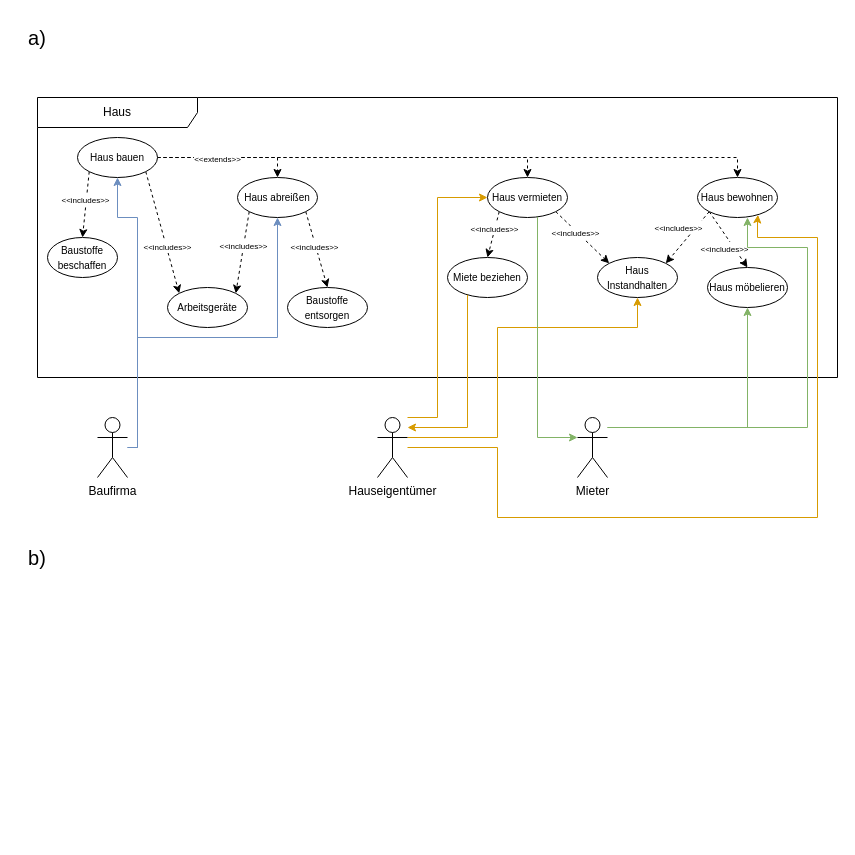
This is 06-09 Anwendungsfalldiagramm und Aktivitätsdiagramm/Aufgabe08/Aufgabe08.drawio from R4Tobi/modellierung, a draw.io file, before an edit. Source tidied: cells renumbered, new cells numbered last; positions are measured from the earlier drawing's top-left corner, leaving out a move shared by most shapes. Both pictures are drawn from the tidied source at 100%, with x=0, y=0 at pixel (17, 17).
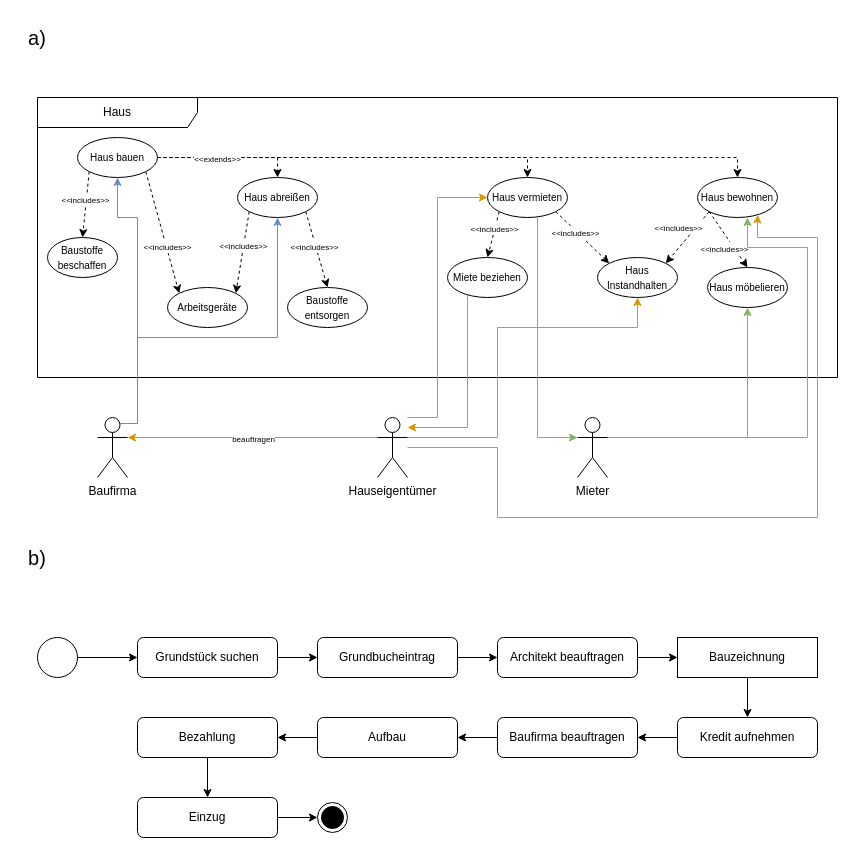
The same diagram, later.

The change refers to these unchanged cells:
```xml
<mxCell id="11" value="&lt;font style=&quot;font-size: 10px;&quot;&gt;Haus bauen&lt;/font&gt;" style="ellipse;whiteSpace=wrap;html=1;" parent="2" vertex="1">
  <mxGeometry x="40" y="40" width="80" height="40" as="geometry" />
</mxCell>
<mxCell id="26" value="&lt;font style=&quot;font-size: 10px;&quot;&gt;Haus abreißen&lt;/font&gt;" style="ellipse;whiteSpace=wrap;html=1;" parent="2" vertex="1">
  <mxGeometry x="200" y="80" width="80" height="40" as="geometry" />
</mxCell>
<mxCell id="32" value="&lt;span style=&quot;font-size: 10px;&quot;&gt;Haus möbelieren&lt;/span&gt;" style="ellipse;whiteSpace=wrap;html=1;" parent="2" vertex="1">
  <mxGeometry x="670" y="170" width="80" height="40" as="geometry" />
</mxCell>
<mxCell id="35" value="Baufirma" style="shape=umlActor;verticalLabelPosition=bottom;verticalAlign=top;html=1;outlineConnect=0;" parent="1" vertex="1">
  <mxGeometry x="80" y="400" width="30" height="60" as="geometry" />
</mxCell>
<mxCell id="38" value="Hauseigentümer" style="shape=umlActor;verticalLabelPosition=bottom;verticalAlign=top;html=1;outlineConnect=0;" parent="1" vertex="1">
  <mxGeometry x="360" y="400" width="30" height="60" as="geometry" />
</mxCell>
<mxCell id="41" value="Mieter" style="shape=umlActor;verticalLabelPosition=bottom;verticalAlign=top;html=1;outlineConnect=0;" parent="1" vertex="1">
  <mxGeometry x="560" y="400" width="30" height="60" as="geometry" />
</mxCell>
```

Diff of the diagram source:
```diff
@@
-    <mxCell id="33" style="edgeStyle=orthogonalEdgeStyle;rounded=0;jettySize=auto;html=1;entryX=0.5;entryY=1;entryDx=0;entryDy=0;fillColor=#dae8fc;strokeColor=#6c8ebf;" parent="1" edge="1" source="35" target="11">
+    <mxCell id="33" style="edgeStyle=orthogonalEdgeStyle;rounded=0;jettySize=auto;html=1;entryX=0.5;entryY=1;entryDx=0;entryDy=0;fillColor=#dae8fc;strokeColor=#6c8ebf;exitX=0.75;exitY=0.1;exitDx=0;exitDy=0;exitPerimeter=0;" parent="1" edge="1" source="35" target="11">
       <mxGeometry relative="1" as="geometry">
         <Array as="points">
-          <mxPoint x="120" y="430" />
+          <mxPoint x="120" y="406" />
           <mxPoint x="120" y="200" />
           <mxPoint x="100" y="200" />
         </Array>
       </mxGeometry>
     </mxCell>
-    <mxCell id="34" style="edgeStyle=orthogonalEdgeStyle;rounded=0;jettySize=auto;html=1;entryX=0.5;entryY=1;entryDx=0;entryDy=0;fillColor=#dae8fc;strokeColor=#6c8ebf;" parent="1" edge="1" source="35" target="26">
+    <mxCell id="34" style="edgeStyle=orthogonalEdgeStyle;rounded=0;jettySize=auto;html=1;entryX=0.5;entryY=1;entryDx=0;entryDy=0;fillColor=#dae8fc;strokeColor=#6c8ebf;exitX=0.75;exitY=0.1;exitDx=0;exitDy=0;exitPerimeter=0;" parent="1" edge="1" source="35" target="26">
       <mxGeometry relative="1" as="geometry">
         <Array as="points">
-          <mxPoint x="120" y="430" />
+          <mxPoint x="120" y="406" />
           <mxPoint x="120" y="320" />
           <mxPoint x="260" y="320" />
         </Array>
       </mxGeometry>
     </mxCell>
@@
+    <mxCell id="47" style="edgeStyle=orthogonalEdgeStyle;rounded=0;jettySize=auto;html=1;exitX=0;exitY=0.3333333333333333;exitDx=0;exitDy=0;exitPerimeter=0;entryX=1;entryY=0.3333333333333333;entryDx=0;entryDy=0;entryPerimeter=0;fillColor=#ffe6cc;strokeColor=#d79b00;" parent="1" edge="1" source="38" target="35">
+      <mxGeometry relative="1" as="geometry" />
+    </mxCell>
+    <mxCell id="48" value="&lt;font style=&quot;font-size: 8px;&quot;&gt;beauftragen&lt;/font&gt;" style="edgeLabel;html=1;align=center;verticalAlign=middle;" parent="47" vertex="1">
+      <mxGeometry relative="1" as="geometry" />
+    </mxCell>
@@
     <mxCell id="39" style="edgeStyle=orthogonalEdgeStyle;rounded=0;orthogonalLoop=1;jettySize=auto;html=1;fillColor=#d5e8d4;strokeColor=#82b366;" parent="1" edge="1">
       <mxGeometry relative="1" as="geometry">
-        <mxPoint x="590" y="410" as="sourcePoint" />
+        <mxPoint x="590" y="420" as="sourcePoint" />
         <mxPoint x="730" y="200" as="targetPoint" />
         <Array as="points">
-          <mxPoint x="790" y="410" />
+          <mxPoint x="590" y="420" />
+          <mxPoint x="790" y="420" />
           <mxPoint x="790" y="230" />
           <mxPoint x="730" y="230" />
-          <mxPoint x="730" y="200" />
         </Array>
       </mxGeometry>
     </mxCell>
-    <mxCell id="40" style="edgeStyle=orthogonalEdgeStyle;rounded=0;jettySize=auto;html=1;entryX=0.5;entryY=1;entryDx=0;entryDy=0;fillColor=#d5e8d4;strokeColor=#82b366;" parent="1" edge="1" source="41" target="32">
+    <mxCell id="40" style="edgeStyle=orthogonalEdgeStyle;rounded=0;jettySize=auto;html=1;entryX=0.5;entryY=1;entryDx=0;entryDy=0;fillColor=#d5e8d4;strokeColor=#82b366;" parent="1" edge="1" target="32">
       <mxGeometry relative="1" as="geometry">
+        <mxPoint x="590" y="420" as="sourcePoint" />
         <Array as="points">
-          <mxPoint x="730" y="410" />
+          <mxPoint x="730" y="420" />
         </Array>
       </mxGeometry>
     </mxCell>
@@
+    <mxCell id="49" style="edgeStyle=orthogonalEdgeStyle;rounded=0;jettySize=auto;html=1;entryX=0;entryY=0.5;entryDx=0;entryDy=0;" parent="1" edge="1" source="50" target="55">
+      <mxGeometry relative="1" as="geometry" />
+    </mxCell>
+    <mxCell id="50" style="ellipse;" parent="1" vertex="1">
+      <mxGeometry x="20" y="620" width="40" height="40" as="geometry" />
+    </mxCell>
+    <mxCell id="51" style="edgeStyle=orthogonalEdgeStyle;rounded=0;jettySize=auto;html=1;entryX=0;entryY=0.5;entryDx=0;entryDy=0;" parent="1" edge="1" source="52" target="53">
+      <mxGeometry relative="1" as="geometry" />
+    </mxCell>
+    <mxCell id="52" value="Architekt beauftragen" style="rounded=1;whiteSpace=wrap;html=1;" parent="1" vertex="1">
+      <mxGeometry x="480" y="620" width="140" height="40" as="geometry" />
+    </mxCell>
+    <mxCell id="53" value="Bauzeichnung" style="rounded=0;whiteSpace=wrap;html=1;" parent="1" vertex="1">
+      <mxGeometry x="660" y="620" width="140" height="40" as="geometry" />
+    </mxCell>
+    <mxCell id="54" style="edgeStyle=orthogonalEdgeStyle;rounded=0;jettySize=auto;html=1;" parent="1" edge="1" source="55" target="59">
+      <mxGeometry relative="1" as="geometry" />
+    </mxCell>
+    <mxCell id="55" value="Grundstück suchen" style="rounded=1;whiteSpace=wrap;html=1;" parent="1" vertex="1">
+      <mxGeometry x="120" y="620" width="140" height="40" as="geometry" />
+    </mxCell>
+    <mxCell id="56" style="edgeStyle=orthogonalEdgeStyle;rounded=0;jettySize=auto;html=1;entryX=1;entryY=0.5;entryDx=0;entryDy=0;" parent="1" edge="1" source="57" target="63">
+      <mxGeometry relative="1" as="geometry" />
+    </mxCell>
+    <mxCell id="57" value="Baufirma beauftragen" style="rounded=1;whiteSpace=wrap;html=1;" parent="1" vertex="1">
+      <mxGeometry x="480" y="700" width="140" height="40" as="geometry" />
+    </mxCell>
+    <mxCell id="58" style="edgeStyle=orthogonalEdgeStyle;rounded=0;jettySize=auto;html=1;entryX=0;entryY=0.5;entryDx=0;entryDy=0;" parent="1" edge="1" source="59" target="52">
+      <mxGeometry relative="1" as="geometry" />
+    </mxCell>
+    <mxCell id="59" value="Grundbucheintrag" style="rounded=1;whiteSpace=wrap;html=1;" parent="1" vertex="1">
+      <mxGeometry x="300" y="620" width="140" height="40" as="geometry" />
+    </mxCell>
+    <mxCell id="60" style="edgeStyle=orthogonalEdgeStyle;rounded=0;jettySize=auto;html=1;entryX=0;entryY=0.5;entryDx=0;entryDy=0;" parent="1" edge="1" source="61" target="69">
+      <mxGeometry relative="1" as="geometry" />
+    </mxCell>
+    <mxCell id="61" value="Einzug" style="rounded=1;whiteSpace=wrap;html=1;" parent="1" vertex="1">
+      <mxGeometry x="120" y="780" width="140" height="40" as="geometry" />
+    </mxCell>
+    <mxCell id="62" style="edgeStyle=orthogonalEdgeStyle;rounded=0;jettySize=auto;html=1;entryX=1;entryY=0.5;entryDx=0;entryDy=0;" parent="1" edge="1" source="63" target="68">
+      <mxGeometry relative="1" as="geometry" />
+    </mxCell>
+    <mxCell id="63" value="Aufbau" style="rounded=1;whiteSpace=wrap;html=1;" parent="1" vertex="1">
+      <mxGeometry x="300" y="700" width="140" height="40" as="geometry" />
+    </mxCell>
+    <mxCell id="64" style="edgeStyle=orthogonalEdgeStyle;rounded=0;jettySize=auto;html=1;entryX=1;entryY=0.5;entryDx=0;entryDy=0;" parent="1" edge="1" source="65" target="57">
+      <mxGeometry relative="1" as="geometry" />
+    </mxCell>
+    <mxCell id="65" value="Kredit aufnehmen" style="rounded=1;whiteSpace=wrap;html=1;" parent="1" vertex="1">
+      <mxGeometry x="660" y="700" width="140" height="40" as="geometry" />
+    </mxCell>
+    <mxCell id="66" style="edgeStyle=orthogonalEdgeStyle;rounded=0;jettySize=auto;html=1;entryX=0.5;entryY=0;entryDx=0;entryDy=0;" parent="1" edge="1" source="53" target="65">
+      <mxGeometry relative="1" as="geometry" />
+    </mxCell>
+    <mxCell id="67" style="edgeStyle=orthogonalEdgeStyle;rounded=0;jettySize=auto;html=1;entryX=0.5;entryY=0;entryDx=0;entryDy=0;" parent="1" edge="1" source="68" target="61">
+      <mxGeometry relative="1" as="geometry" />
+    </mxCell>
+    <mxCell id="68" value="Bezahlung" style="rounded=1;whiteSpace=wrap;html=1;" parent="1" vertex="1">
+      <mxGeometry x="120" y="700" width="140" height="40" as="geometry" />
+    </mxCell>
+    <mxCell id="69" style="ellipse;html=1;shape=endState;fillColor=strokeColor;" parent="1" vertex="1">
+      <mxGeometry x="300" y="785" width="30" height="30" as="geometry" />
+    </mxCell>
```
